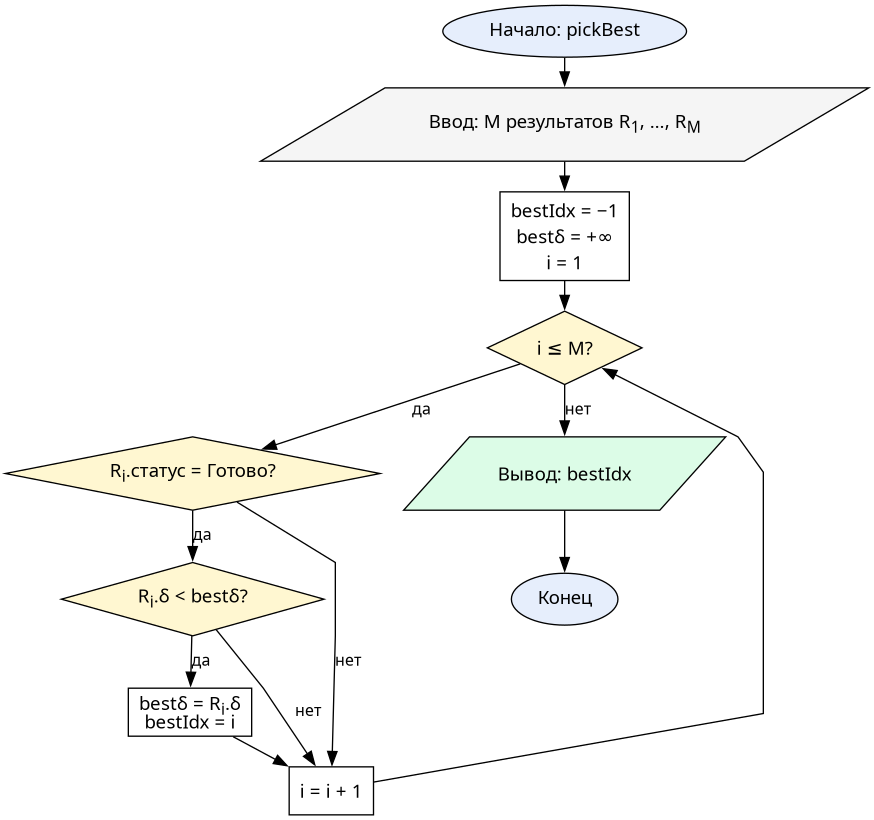
Before: reports/resources/flowcharts/ls_best.png, a diagram exported from Graphviz (Oriptal/calc-math-lab2). Its source is kept beside it as reports/resources/flowcharts/ls_best.dot.
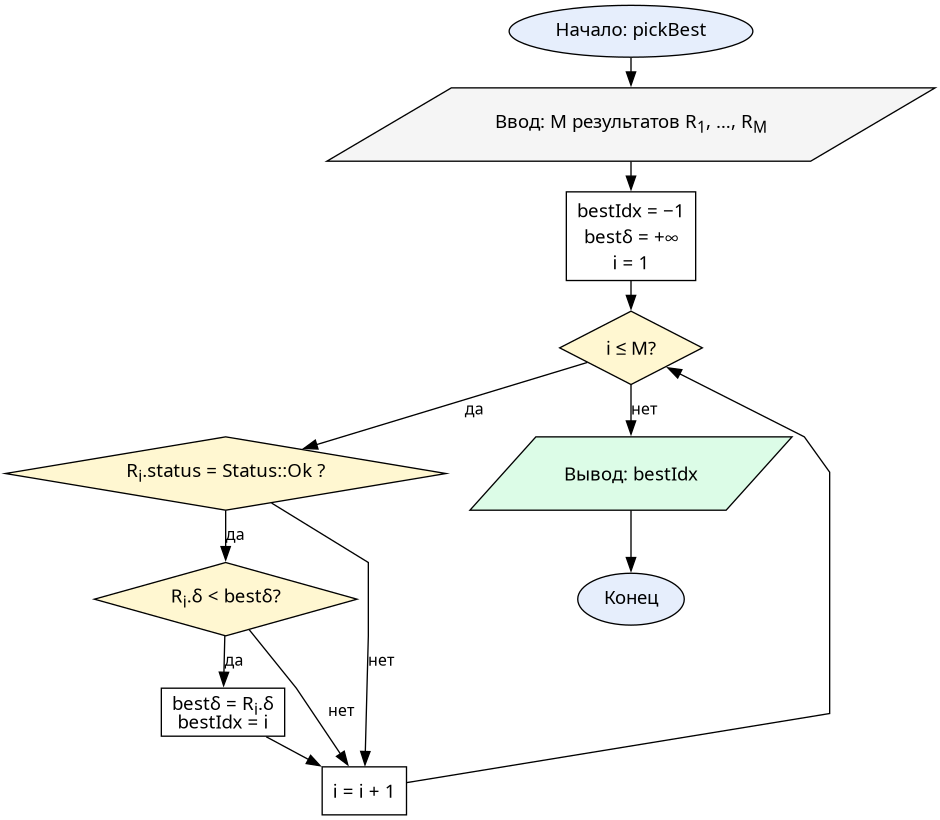
Above is the later version.

Diff of the diagram source:
```diff
@@ -7,7 +7,7 @@
   input  [label=<Ввод: M результатов R<SUB>1</SUB>, …, R<SUB>M</SUB>>, shape=parallelogram, fillcolor="#f5f5f5"]
   init   [label=<bestIdx = −1<BR/>bestδ = +∞<BR/>i = 1>, shape=box]
   loop   [label=<i ≤ M?>, shape=diamond, fillcolor="#fff7d1"]
-  chko   [label=<R<SUB>i</SUB>.статус = Готово?>, shape=diamond, fillcolor="#fff7d1"]
+  chko   [label=<R<SUB>i</SUB>.status = Status::Ok ?>, shape=diamond, fillcolor="#fff7d1"]
   chkd   [label=<R<SUB>i</SUB>.δ &lt; bestδ?>, shape=diamond, fillcolor="#fff7d1"]
   upd    [label=<bestδ = R<SUB>i</SUB>.δ<BR/>bestIdx = i>, shape=box]
   next   [label=<i = i + 1>, shape=box]
```
